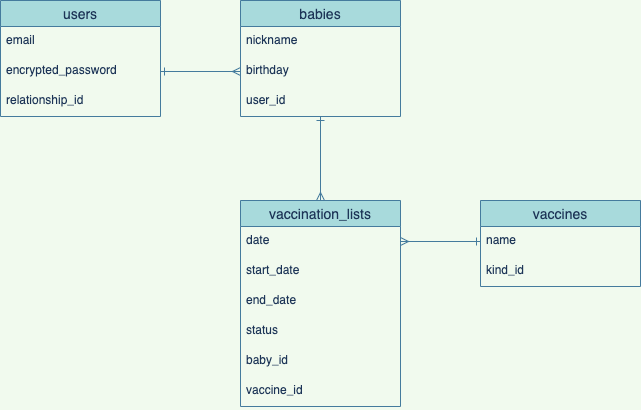
Earlier version of the draw.io export baby_app_erd.png (katao-eng/baby-app). Source tidied: cells renumbered, new cells last; positions are measured from the earlier drawing's top-left corner, leaving out a move shared by most shapes.
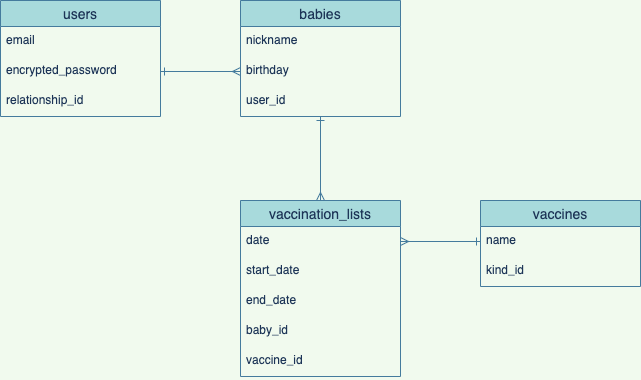
After the change.

Change to the diagram source:
```diff
@@ -27,7 +27,7 @@
       <mxGeometry y="86" width="160" height="30" as="geometry" />
     </mxCell>
     <mxCell id="10" value="vaccination_lists" style="swimlane;fontStyle=0;horizontal=1;startSize=26;align=center;fontSize=14;fillColor=#A8DADC;strokeColor=#457B9D;fontColor=#1D3557;" parent="1" vertex="1">
-      <mxGeometry x="240" y="200" width="160" height="206" as="geometry" />
+      <mxGeometry x="240" y="200" width="160" height="176" as="geometry" />
     </mxCell>
     <mxCell id="11" value="date" style="text;strokeColor=none;fillColor=none;spacingLeft=4;spacingRight=4;overflow=hidden;points=[[0,0.5],[1,0.5]];portConstraint=eastwest;fontSize=12;fontColor=#1D3557;" parent="10" vertex="1">
       <mxGeometry y="26" width="160" height="30" as="geometry" />
@@ -38,14 +38,11 @@
     <mxCell id="13" value="end_date" style="text;strokeColor=none;fillColor=none;spacingLeft=4;spacingRight=4;overflow=hidden;fontSize=12;fontColor=#1D3557;" parent="10" vertex="1">
       <mxGeometry y="86" width="160" height="30" as="geometry" />
     </mxCell>
-    <mxCell id="14" value="status" style="text;strokeColor=none;fillColor=none;spacingLeft=4;spacingRight=4;overflow=hidden;fontSize=12;fontColor=#1D3557;" parent="10" vertex="1">
-      <mxGeometry y="116" width="160" height="30" as="geometry" />
-    </mxCell>
     <mxCell id="15" value="baby_id" style="text;strokeColor=none;fillColor=none;spacingLeft=4;spacingRight=4;overflow=hidden;fontSize=12;fontColor=#1D3557;" parent="10" vertex="1">
-      <mxGeometry y="146" width="160" height="30" as="geometry" />
+      <mxGeometry y="116" width="160" height="30" as="geometry" />
     </mxCell>
     <mxCell id="16" value="vaccine_id" style="text;strokeColor=none;fillColor=none;spacingLeft=4;spacingRight=4;overflow=hidden;fontSize=12;fontColor=#1D3557;" parent="10" vertex="1">
-      <mxGeometry y="176" width="160" height="30" as="geometry" />
+      <mxGeometry y="146" width="160" height="30" as="geometry" />
     </mxCell>
     <mxCell id="17" value="vaccines" style="swimlane;fontStyle=0;horizontal=1;startSize=26;align=center;fontSize=14;fillColor=#A8DADC;strokeColor=#457B9D;fontColor=#1D3557;" parent="1" vertex="1">
       <mxGeometry x="480" y="200" width="160" height="86" as="geometry" />
```
